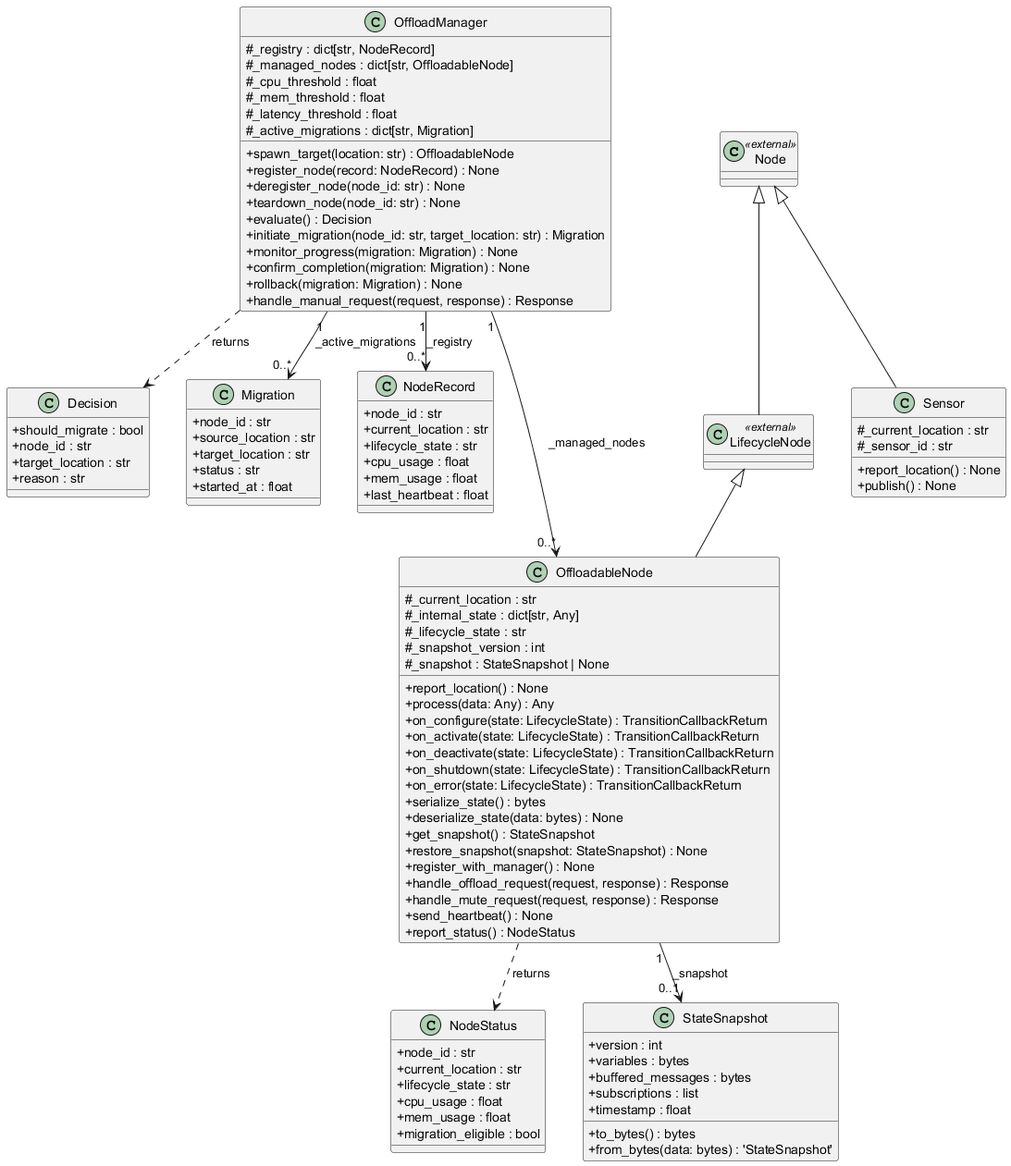
Earlier version of the PlantUML export diagrams/classes_task_offloading.png (tridibbanik17/Task_Offloading_Initial_Architecture).
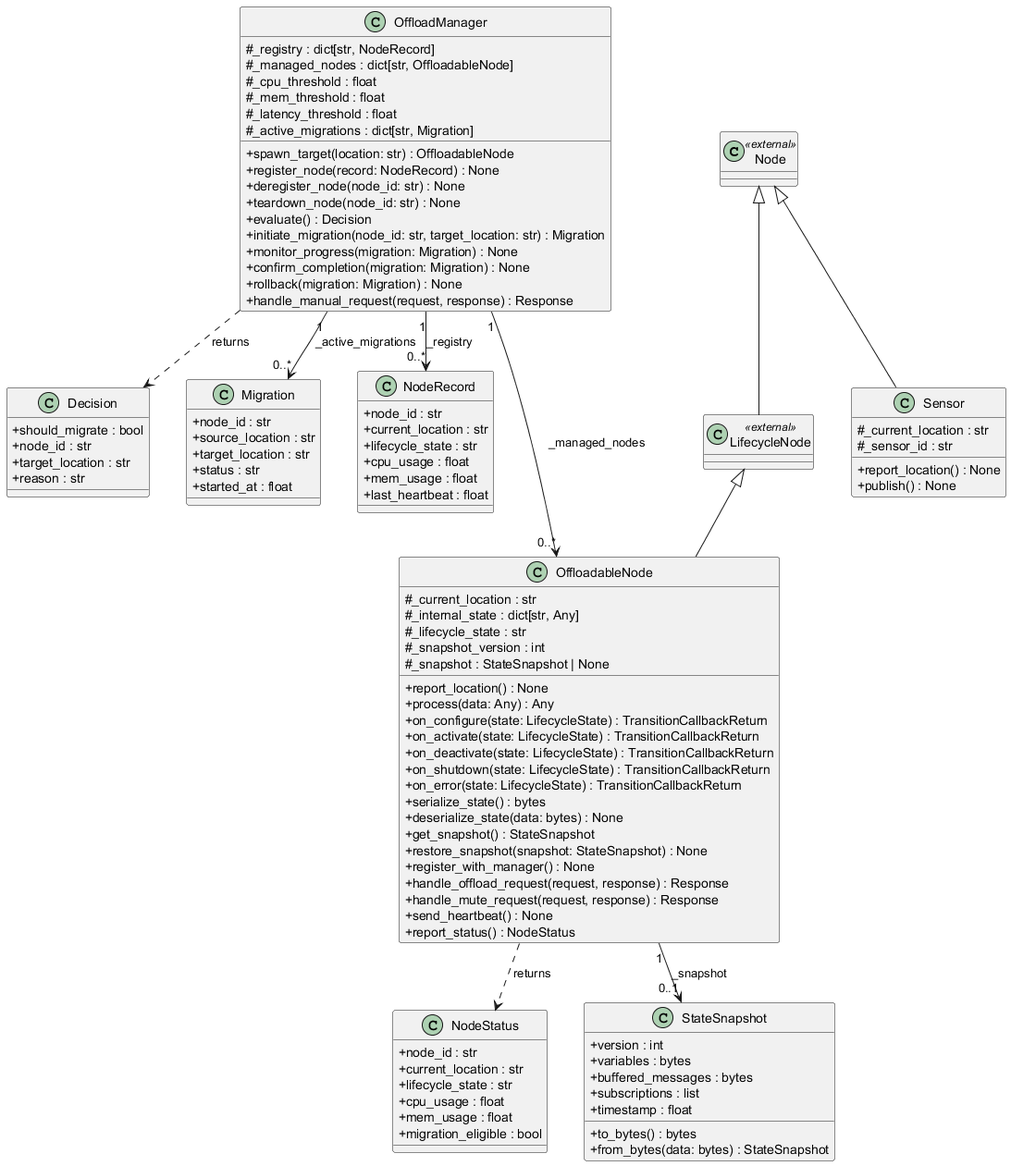
After the change.

Commit message:
Drop forward-reference quotes on from_bytes return type in class diagram

classes_task_offloading now shows from_bytes returning StateSnapshot without quotes, consistent with 5_class_diagram. Python code keeps the quoted forward reference where required.

Diff of the diagram source:
```diff
@@ -51,7 +51,7 @@
   + subscriptions : list
   + timestamp : float
   + to_bytes() : bytes
-  + from_bytes(data: bytes) : 'StateSnapshot'
+  + from_bytes(data: bytes) : StateSnapshot
 }
 class "OffloadManager" as task_offloading.offload_manager.OffloadManager {
   # _registry : dict[str, NodeRecord]
```
